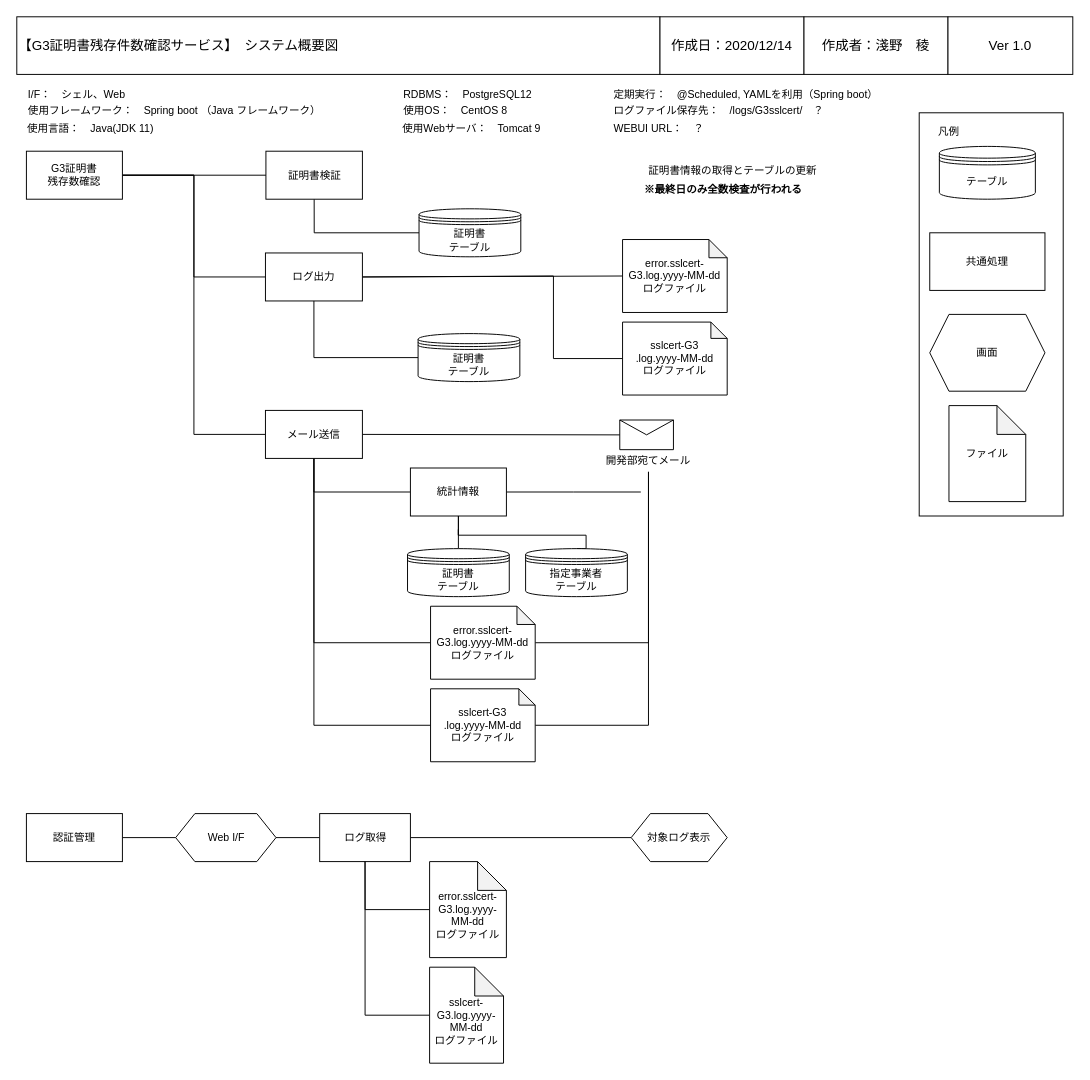
Before: page "システム概要図" (6 of 6) of UMLDiagram.drawio in r-asano/kaihatsubuKenshu, a draw.io diagram. Source tidied: cells renumbered, new cells numbered last; positions are measured from the earlier drawing's top-left corner, leaving out a move shared by most shapes. Both pictures are drawn from the tidied source at 96%, with x=0, y=0 at pixel (16, 16).
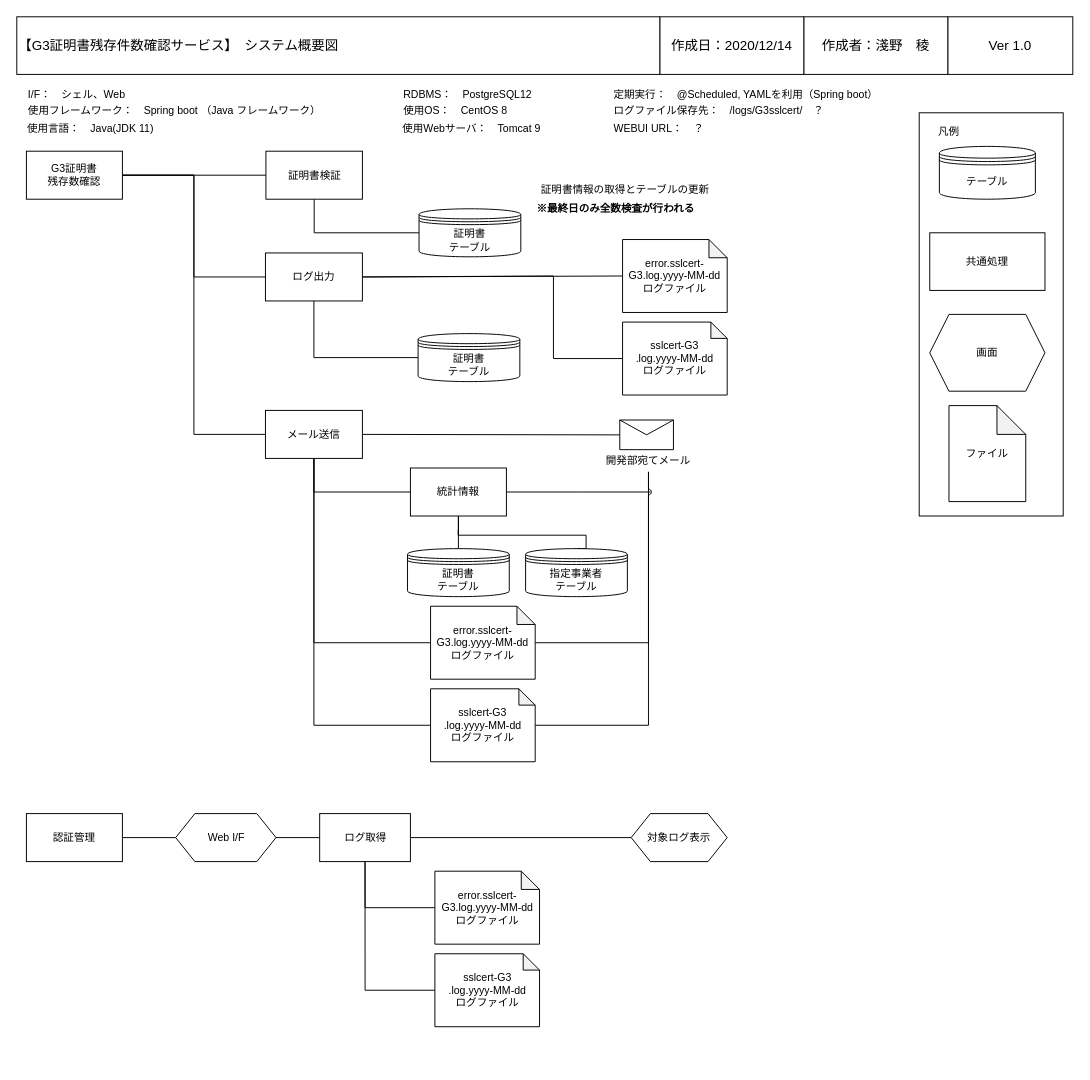
Above is the later version.

Commit message:
サイズ微調整

The change refers to these unchanged cells:
```xml
<mxCell id="33" value="&lt;div style=&quot;font-size: 11px;&quot;&gt;ログ取得&lt;/div&gt;" style="rounded=0;whiteSpace=wrap;html=1;fontSize=11;" parent="1" vertex="1">
  <mxGeometry x="315.5" y="830" width="94.5" height="50" as="geometry" />
</mxCell>
<mxCell id="38" value="開発部宛てメール" style="text;html=1;strokeColor=none;fillColor=none;align=center;verticalAlign=middle;whiteSpace=wrap;rounded=0;fontSize=11;" parent="36" vertex="1">
  <mxGeometry x="7" y="30.9" width="94" height="23.1" as="geometry" />
</mxCell>
<mxCell id="48" value="統計情報" style="rounded=0;whiteSpace=wrap;html=1;shadow=0;strokeColor=#000000;fontSize=11;" parent="1" vertex="1">
  <mxGeometry x="410" y="470" width="100" height="50" as="geometry" />
</mxCell>
<mxCell id="56" value="&lt;div style=&quot;font-size: 11px&quot;&gt;sslcert-G3&lt;/div&gt;&lt;div style=&quot;font-size: 11px&quot;&gt;.log.yyyy-MM-dd&lt;/div&gt;&lt;div style=&quot;font-size: 11px&quot;&gt;ログファイル&lt;/div&gt;" style="shape=note;whiteSpace=wrap;html=1;backgroundOutline=1;darkOpacity=0.05;fontSize=11;size=17;" parent="1" vertex="1">
  <mxGeometry x="431" y="700" width="109" height="76" as="geometry" />
</mxCell>
```

Change to the diagram source:
```diff
@@
     <mxCell id="34" value="※最終日のみ全数検査が行われる" style="text;html=1;strokeColor=none;fillColor=none;align=center;verticalAlign=middle;whiteSpace=wrap;rounded=0;fontSize=11;fontStyle=1;" parent="1" vertex="1">
-      <mxGeometry x="636" y="170" width="200" height="20" as="geometry" />
+      <mxGeometry x="524" y="190" width="200" height="20" as="geometry" />
     </mxCell>
@@
     <mxCell id="47" style="edgeStyle=orthogonalEdgeStyle;rounded=0;jumpStyle=none;jettySize=auto;html=1;endArrow=none;endFill=0;fontSize=11;" parent="1" edge="1" source="48">
       <mxGeometry relative="1" as="geometry">
-        <mxPoint x="650" y="495" as="targetPoint" />
+        <mxPoint x="660" y="495" as="targetPoint" />
       </mxGeometry>
     </mxCell>
@@
-    <mxCell id="55" style="edgeStyle=orthogonalEdgeStyle;rounded=0;jumpStyle=none;jettySize=auto;html=1;endArrow=none;endFill=0;fontSize=11;entryX=0.5;entryY=1;entryDx=0;entryDy=0;" parent="1" edge="1" source="56" target="38">
-      <mxGeometry relative="1" as="geometry" />
+    <mxCell id="55" style="edgeStyle=orthogonalEdgeStyle;rounded=0;jumpStyle=none;jettySize=auto;html=1;endArrow=none;endFill=0;fontSize=11;entryX=0.5;entryY=1;entryDx=0;entryDy=0;jumpSize=8;" parent="1" edge="1" source="56" target="38">
+      <mxGeometry relative="1" as="geometry">
+        <Array as="points">
+          <mxPoint x="658" y="738" />
+        </Array>
+      </mxGeometry>
     </mxCell>
@@
     <mxCell id="57" value="証明書情報の取得とテーブルの更新" style="text;html=1;strokeColor=none;fillColor=none;align=center;verticalAlign=middle;whiteSpace=wrap;rounded=0;shadow=0;fontSize=11;" parent="1" vertex="1">
-      <mxGeometry x="640.5" y="150" width="210" height="20" as="geometry" />
+      <mxGeometry x="528.5" y="170" width="210" height="20" as="geometry" />
     </mxCell>
@@
-    <mxCell id="59" value="&lt;div style=&quot;font-size: 11px;&quot;&gt;&lt;br style=&quot;font-size: 11px;&quot;&gt;&lt;/div&gt;&lt;div style=&quot;font-size: 11px;&quot;&gt;error.sslcert-G3.log.yyyy-MM-dd&lt;/div&gt;&lt;div style=&quot;font-size: 11px;&quot;&gt;ログファイル&lt;/div&gt;" style="shape=note;whiteSpace=wrap;html=1;backgroundOutline=1;darkOpacity=0.05;fontSize=11;" parent="1" vertex="1">
-      <mxGeometry x="430" y="880" width="80" height="100" as="geometry" />
-    </mxCell>
-    <mxCell id="60" style="edgeStyle=orthogonalEdgeStyle;rounded=0;jumpStyle=arc;jettySize=auto;html=1;exitX=0;exitY=0.5;exitDx=0;exitDy=0;exitPerimeter=0;entryX=0.5;entryY=1;entryDx=0;entryDy=0;endArrow=none;endFill=0;fontSize=11;" parent="1" edge="1" source="61" target="33">
+    <mxCell id="60" style="edgeStyle=orthogonalEdgeStyle;rounded=0;jumpStyle=arc;jettySize=auto;html=1;exitX=0;exitY=0.5;exitDx=0;exitDy=0;exitPerimeter=0;entryX=0.5;entryY=1;entryDx=0;entryDy=0;endArrow=none;endFill=0;fontSize=11;" parent="1" edge="1" source="66" target="33">
       <mxGeometry relative="1" as="geometry" />
     </mxCell>
-    <mxCell id="61" value="&lt;div style=&quot;font-size: 11px;&quot;&gt;&lt;br style=&quot;font-size: 11px;&quot;&gt;&lt;/div&gt;&lt;div style=&quot;font-size: 11px;&quot;&gt;sslcert-G3.log.yyyy-MM-dd&lt;/div&gt;&lt;div style=&quot;font-size: 11px;&quot;&gt;ログファイル&lt;/div&gt;" style="shape=note;whiteSpace=wrap;html=1;backgroundOutline=1;darkOpacity=0.05;fontSize=11;" parent="1" vertex="1">
-      <mxGeometry x="430" y="990" width="77" height="100" as="geometry" />
-    </mxCell>
@@
+    <mxCell id="59" value="&lt;div style=&quot;font-size: 11px&quot;&gt;error.sslcert-G3.log.yyyy-MM-dd&lt;/div&gt;&lt;div style=&quot;font-size: 11px&quot;&gt;ログファイル&lt;/div&gt;" style="shape=note;whiteSpace=wrap;html=1;backgroundOutline=1;darkOpacity=0.05;fontSize=11;size=19;" parent="1" vertex="1">
+      <mxGeometry x="435.5" y="890" width="109" height="76" as="geometry" />
+    </mxCell>
+    <mxCell id="66" value="&lt;div style=&quot;font-size: 11px&quot;&gt;sslcert-G3&lt;/div&gt;&lt;div style=&quot;font-size: 11px&quot;&gt;.log.yyyy-MM-dd&lt;/div&gt;&lt;div style=&quot;font-size: 11px&quot;&gt;ログファイル&lt;/div&gt;" style="shape=note;whiteSpace=wrap;html=1;backgroundOutline=1;darkOpacity=0.05;fontSize=11;size=17;" parent="1" vertex="1">
+      <mxGeometry x="435.5" y="976" width="109" height="76" as="geometry" />
+    </mxCell>
```
